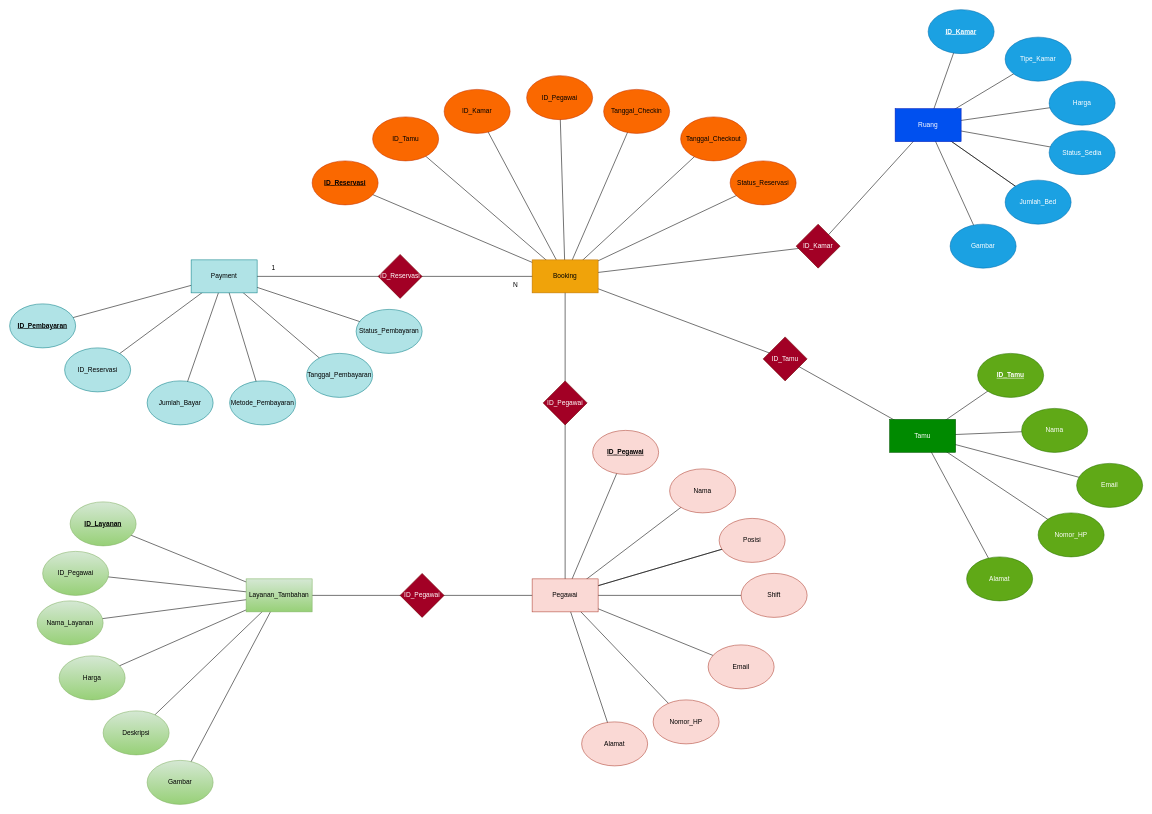
Before: Untitled Diagram.drawio in ImNotDanish05/2025_PBO_TI-1A, a draw.io diagram. Source tidied: cells renumbered, new cells numbered last; positions are measured from the earlier drawing's top-left corner, leaving out a move shared by most shapes. Both pictures are drawn from the tidied source at 55%, with x=0, y=0 at pixel (9, 9).
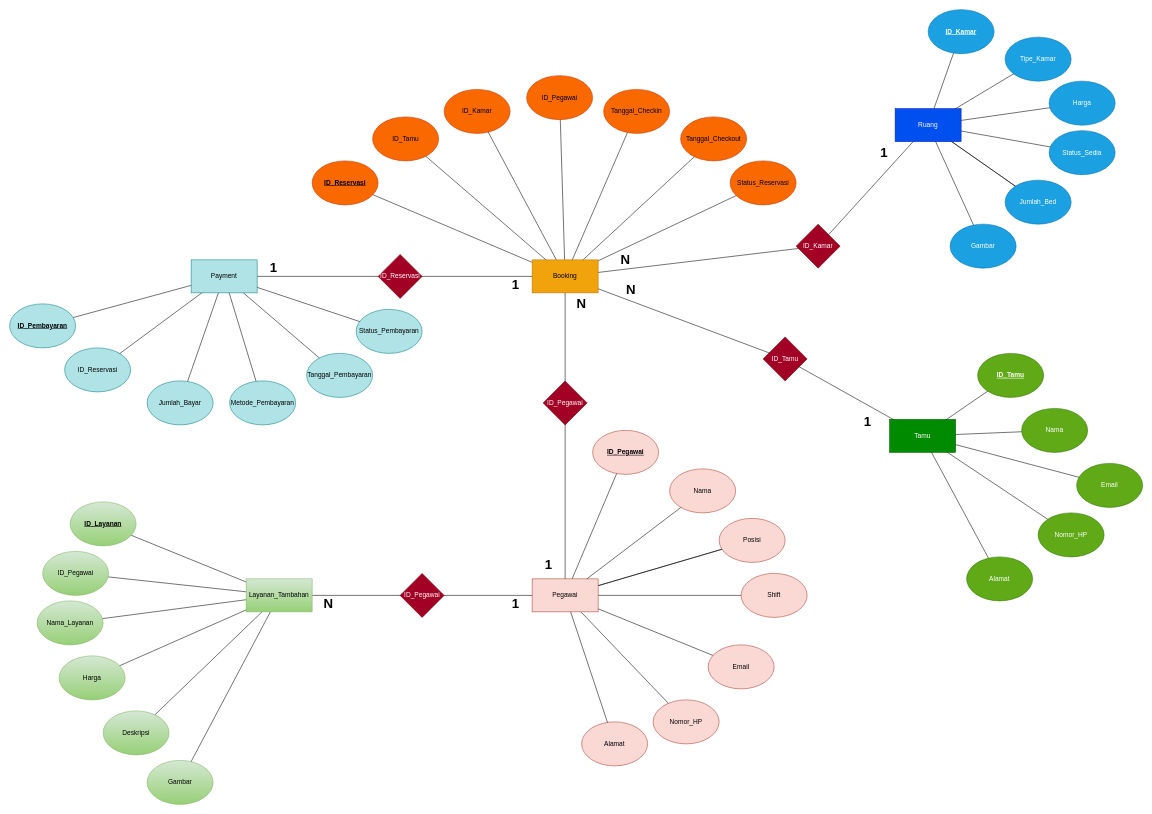
Above is the later version.

The edit, as a diff of the source:
```diff
@@
-    <mxCell id="99" value="N" style="text;html=1;align=center;verticalAlign=middle;whiteSpace=wrap;rounded=0;" parent="1" vertex="1">
+    <mxCell id="99" value="1" style="text;html=1;align=center;verticalAlign=middle;whiteSpace=wrap;rounded=0;fontSize=24;fontStyle=1;" parent="1" vertex="1">
       <mxGeometry x="890" y="485" width="60" height="30" as="geometry" />
     </mxCell>
-    <mxCell id="100" value="1" style="text;html=1;align=center;verticalAlign=middle;whiteSpace=wrap;rounded=0;" parent="1" vertex="1">
+    <mxCell id="100" value="1" style="text;html=1;align=center;verticalAlign=middle;whiteSpace=wrap;rounded=0;fontSize=24;fontStyle=1;" parent="1" vertex="1">
       <mxGeometry x="450" y="455" width="60" height="30" as="geometry" />
     </mxCell>
+    <mxCell id="101" value="N" style="text;html=1;align=center;verticalAlign=middle;whiteSpace=wrap;rounded=0;fontSize=24;fontStyle=1;" parent="1" vertex="1">
+      <mxGeometry x="1090" y="440" width="60" height="30" as="geometry" />
+    </mxCell>
+    <mxCell id="102" value="1" style="text;html=1;align=center;verticalAlign=middle;whiteSpace=wrap;rounded=0;fontSize=24;fontStyle=1;" parent="1" vertex="1">
+      <mxGeometry x="1560" y="245" width="60" height="30" as="geometry" />
+    </mxCell>
+    <mxCell id="103" value="N" style="text;html=1;align=center;verticalAlign=middle;whiteSpace=wrap;rounded=0;fontSize=24;fontStyle=1;" parent="1" vertex="1">
+      <mxGeometry x="1100" y="495" width="60" height="30" as="geometry" />
+    </mxCell>
+    <mxCell id="104" value="1" style="text;html=1;align=center;verticalAlign=middle;whiteSpace=wrap;rounded=0;fontSize=24;fontStyle=1;" parent="1" vertex="1">
+      <mxGeometry x="1530" y="735" width="60" height="30" as="geometry" />
+    </mxCell>
+    <mxCell id="105" value="N" style="text;html=1;align=center;verticalAlign=middle;whiteSpace=wrap;rounded=0;fontSize=24;fontStyle=1;" parent="1" vertex="1">
+      <mxGeometry x="1010" y="520" width="60" height="30" as="geometry" />
+    </mxCell>
+    <mxCell id="106" value="1" style="text;html=1;align=center;verticalAlign=middle;whiteSpace=wrap;rounded=0;fontSize=24;fontStyle=1;" parent="1" vertex="1">
+      <mxGeometry x="950" y="995" width="60" height="30" as="geometry" />
+    </mxCell>
+    <mxCell id="107" value="1" style="text;html=1;align=center;verticalAlign=middle;whiteSpace=wrap;rounded=0;fontSize=24;fontStyle=1;" parent="1" vertex="1">
+      <mxGeometry x="890" y="1065" width="60" height="30" as="geometry" />
+    </mxCell>
+    <mxCell id="108" value="N" style="text;html=1;align=center;verticalAlign=middle;whiteSpace=wrap;rounded=0;fontSize=24;fontStyle=1;" parent="1" vertex="1">
+      <mxGeometry x="550" y="1065" width="60" height="30" as="geometry" />
+    </mxCell>
```
